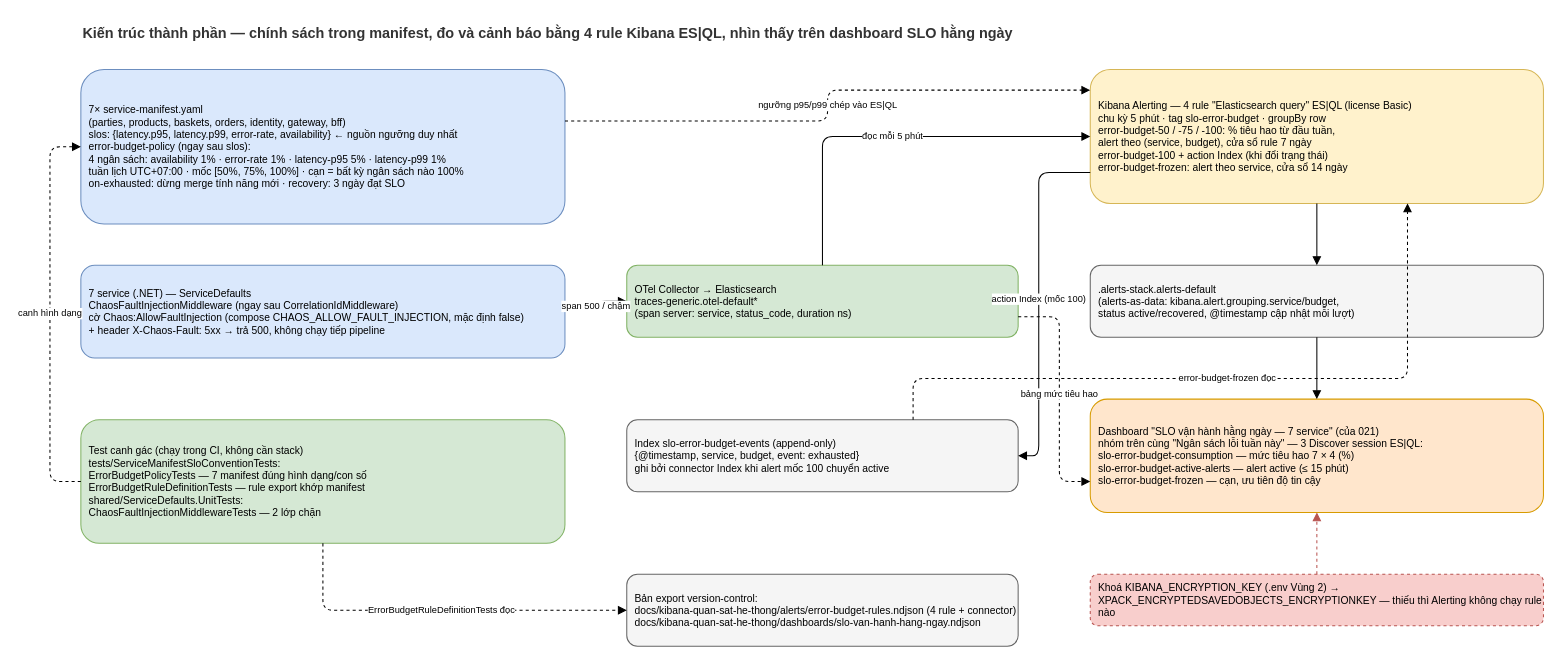
Earlier version of the draw.io diagram docs/diagrams/027-error-budget-alerting-component.drawio (nmhieuit/ecommerce). Source tidied: cells renumbered, new cells numbered last; positions are measured from the earlier drawing's top-left corner, leaving out a move shared by most shapes. Both pictures are drawn from the tidied source at 103%, with x=0, y=0 at pixel (49, 18).
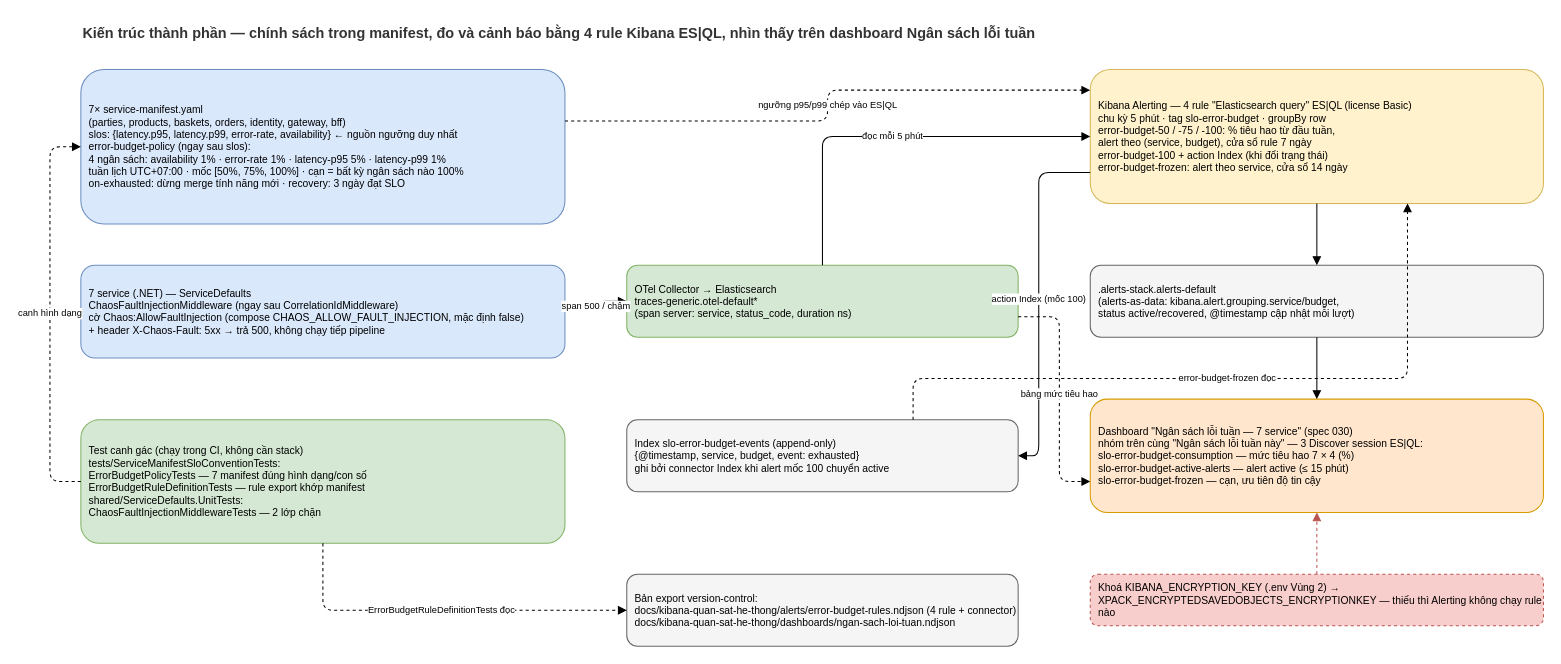
The same page after the edit.

Diff of the diagram source:
```diff
@@
-    <mxCell id="2" value="Kiến trúc thành phần — chính sách trong manifest, đo và cảnh báo bằng 4 rule Kibana ES|QL, nhìn thấy trên dashboard SLO hằng ngày" style="text;html=1;fontStyle=1;fontSize=14;fontColor=#333333;" parent="1" vertex="1">
+    <mxCell id="2" value="Kiến trúc thành phần — chính sách trong manifest, đo và cảnh báo bằng 4 rule Kibana ES|QL, nhìn thấy trên dashboard Ngân sách lỗi tuần" style="text;html=1;fontStyle=1;fontSize=14;fontColor=#333333;" parent="1" vertex="1">
       <mxGeometry x="30" width="1420" height="26" as="geometry" />
     </mxCell>
@@
-    <mxCell id="10" value="Dashboard &quot;SLO vận hành hằng ngày — 7 service&quot; (của 021)&#10;nhóm trên cùng &quot;Ngân sách lỗi tuần này&quot; — 3 Discover session ES|QL:&#10;  slo-error-budget-consumption — mức tiêu hao 7 × 4 (%)&#10;  slo-error-budget-active-alerts — alert active (≤ 15 phút)&#10;  slo-error-budget-frozen — cạn, ưu tiên độ tin cậy" style="rounded=1;whiteSpace=wrap;html=1;fillColor=#ffe6cc;strokeColor=#d79b00;fontSize=10;align=left;spacingLeft=6;" parent="1" vertex="1">
+    <mxCell id="10" value="Dashboard &quot;Ngân sách lỗi tuần — 7 service&quot; (spec 030)&#10;nhóm trên cùng &quot;Ngân sách lỗi tuần này&quot; — 3 Discover session ES|QL:&#10;  slo-error-budget-consumption — mức tiêu hao 7 × 4 (%)&#10;  slo-error-budget-active-alerts — alert active (≤ 15 phút)&#10;  slo-error-budget-frozen — cạn, ưu tiên độ tin cậy" style="rounded=1;whiteSpace=wrap;html=1;fillColor=#ffe6cc;strokeColor=#d79b00;fontSize=10;align=left;spacingLeft=6;" parent="1" vertex="1">
       <mxGeometry x="1010" y="370" width="440" height="110" as="geometry" />
     </mxCell>
@@
-    <mxCell id="12" value="Bản export version-control:&#10;docs/kibana-quan-sat-he-thong/alerts/error-budget-rules.ndjson (4 rule + connector)&#10;docs/kibana-quan-sat-he-thong/dashboards/slo-van-hanh-hang-ngay.ndjson" style="rounded=1;whiteSpace=wrap;html=1;fillColor=#f5f5f5;strokeColor=#666666;fontSize=10;align=left;spacingLeft=6;" parent="1" vertex="1">
+    <mxCell id="12" value="Bản export version-control:&#10;docs/kibana-quan-sat-he-thong/alerts/error-budget-rules.ndjson (4 rule + connector)&#10;docs/kibana-quan-sat-he-thong/dashboards/ngan-sach-loi-tuan.ndjson" style="rounded=1;whiteSpace=wrap;html=1;fillColor=#f5f5f5;strokeColor=#666666;fontSize=10;align=left;spacingLeft=6;" parent="1" vertex="1">
       <mxGeometry x="560" y="540" width="380" height="70" as="geometry" />
     </mxCell>
```
